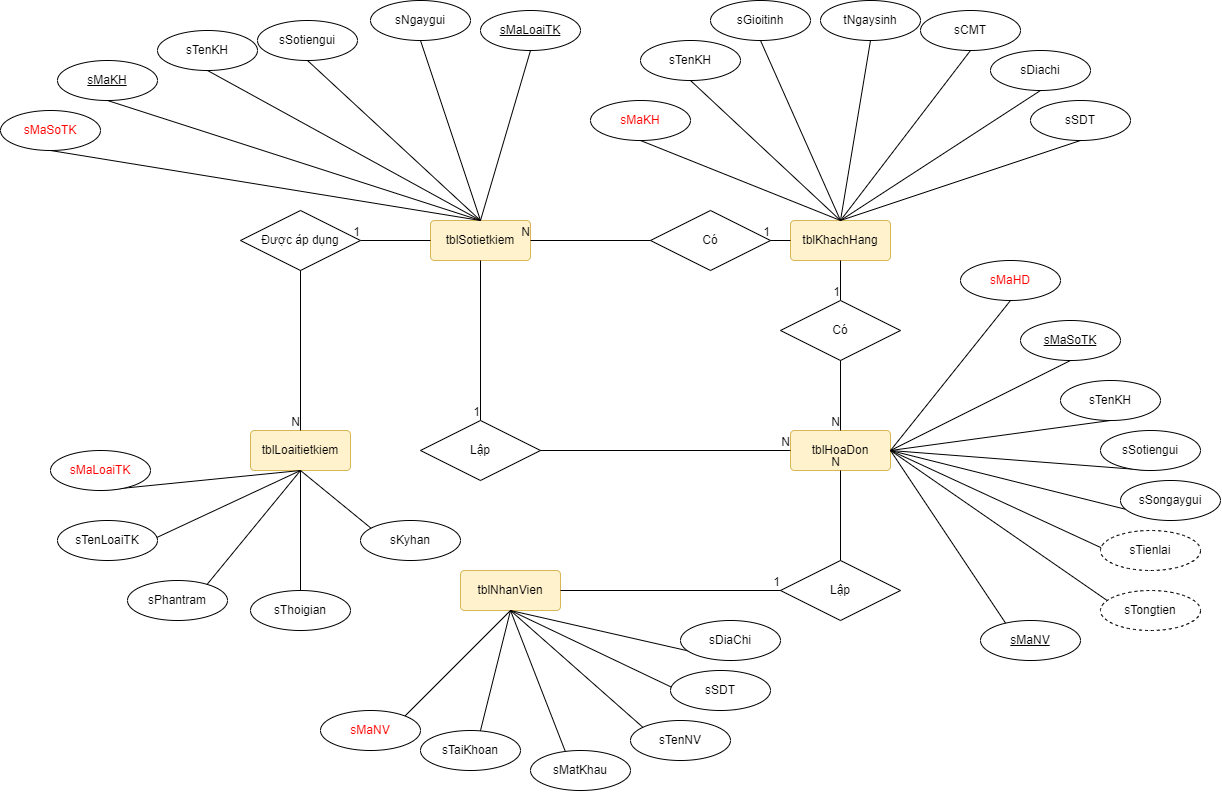
Earlier version of the draw.io export Mô hình ER.png (AnhITGithub/QLtietkiem). Source tidied: cells renumbered, new cells last; positions are measured from the earlier drawing's top-left corner, leaving out a move shared by most shapes.
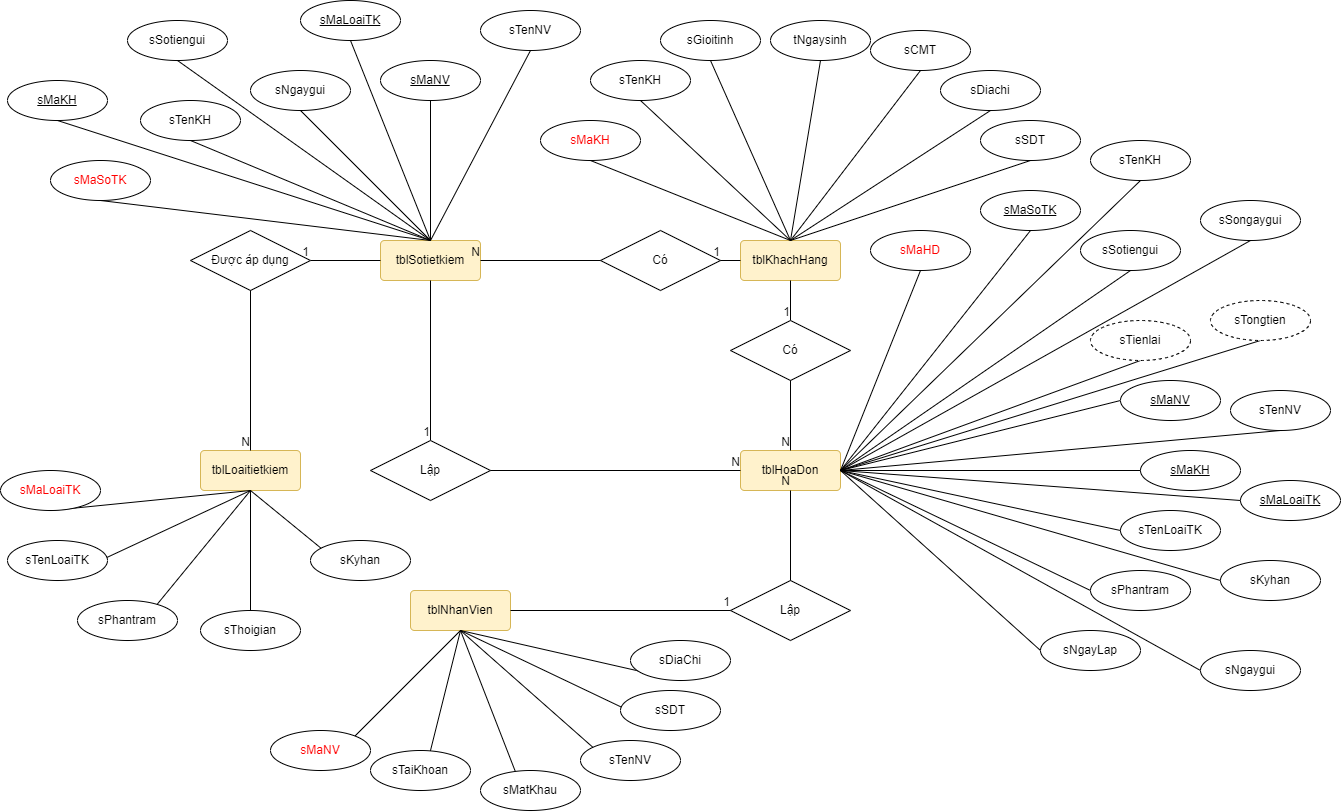
Later version of the same file.

The edit, as a diff of the source:
```diff
@@ -102,19 +102,19 @@
       <mxGeometry relative="1" as="geometry" />
     </mxCell>
     <mxCell id="35" value="sTenKH" style="ellipse;whiteSpace=wrap;html=1;align=center;" parent="1" vertex="1">
-      <mxGeometry x="157" y="30" width="100" height="40" as="geometry" />
+      <mxGeometry x="190" y="80" width="100" height="40" as="geometry" />
     </mxCell>
     <mxCell id="36" style="endArrow=none;html=1;rounded=0;exitX=0.5;exitY=1;exitDx=0;exitDy=0;entryX=0.5;entryY=0;entryDx=0;entryDy=0;" parent="1" edge="1" source="37" target="4">
       <mxGeometry relative="1" as="geometry" />
     </mxCell>
     <mxCell id="37" value="&lt;span&gt;sMaSoTK&lt;/span&gt;" style="ellipse;whiteSpace=wrap;html=1;align=center;fontStyle=0;fontColor=#FF0000;" parent="1" vertex="1">
-      <mxGeometry y="110" width="100" height="40" as="geometry" />
+      <mxGeometry x="100" y="140" width="100" height="40" as="geometry" />
     </mxCell>
     <mxCell id="38" style="endArrow=none;html=1;rounded=0;exitX=0.5;exitY=1;exitDx=0;exitDy=0;entryX=0.5;entryY=0;entryDx=0;entryDy=0;" parent="1" edge="1" source="39" target="4">
       <mxGeometry relative="1" as="geometry" />
     </mxCell>
     <mxCell id="39" value="sSotiengui" style="ellipse;whiteSpace=wrap;html=1;align=center;" parent="1" vertex="1">
-      <mxGeometry x="257" y="20" width="100" height="40" as="geometry" />
+      <mxGeometry x="177" width="100" height="40" as="geometry" />
     </mxCell>
     <mxCell id="40" style="endArrow=none;html=1;rounded=0;exitX=0.5;exitY=1;exitDx=0;exitDy=0;entryX=0.5;entryY=0;entryDx=0;entryDy=0;" parent="1" edge="1" source="41" target="3">
       <mxGeometry relative="1" as="geometry" />
@@ -192,37 +192,37 @@
       <mxGeometry relative="1" as="geometry" />
     </mxCell>
     <mxCell id="65" value="sTenKH" style="ellipse;whiteSpace=wrap;html=1;align=center;" parent="1" vertex="1">
-      <mxGeometry x="1060" y="380" width="100" height="40" as="geometry" />
+      <mxGeometry x="1140" y="120" width="100" height="40" as="geometry" />
     </mxCell>
     <mxCell id="66" style="endArrow=none;html=1;rounded=0;exitX=0.5;exitY=1;exitDx=0;exitDy=0;entryX=1;entryY=0.5;entryDx=0;entryDy=0;" parent="1" edge="1" source="67" target="5">
       <mxGeometry relative="1" as="geometry" />
     </mxCell>
     <mxCell id="67" value="sMaSoTK" style="ellipse;whiteSpace=wrap;html=1;align=center;fontStyle=4;" parent="1" vertex="1">
-      <mxGeometry x="1020" y="320" width="100" height="40" as="geometry" />
+      <mxGeometry x="1030" y="170" width="100" height="40" as="geometry" />
     </mxCell>
     <mxCell id="68" style="endArrow=none;html=1;rounded=0;exitX=0.5;exitY=1;exitDx=0;exitDy=0;entryX=1;entryY=0.5;entryDx=0;entryDy=0;" parent="1" edge="1" source="69" target="5">
       <mxGeometry relative="1" as="geometry" />
     </mxCell>
     <mxCell id="69" value="sSotiengui" style="ellipse;whiteSpace=wrap;html=1;align=center;" parent="1" vertex="1">
-      <mxGeometry x="1100" y="430" width="100" height="40" as="geometry" />
+      <mxGeometry x="1130" y="210" width="100" height="40" as="geometry" />
     </mxCell>
     <mxCell id="70" style="endArrow=none;html=1;rounded=0;exitX=0.5;exitY=1;exitDx=0;exitDy=0;entryX=1;entryY=0.5;entryDx=0;entryDy=0;" parent="1" edge="1" source="71" target="5">
       <mxGeometry relative="1" as="geometry" />
     </mxCell>
     <mxCell id="71" value="sMaHD" style="ellipse;whiteSpace=wrap;html=1;align=center;fontColor=#FF0000;" parent="1" vertex="1">
-      <mxGeometry x="960" y="260" width="100" height="40" as="geometry" />
+      <mxGeometry x="920" y="210" width="100" height="40" as="geometry" />
     </mxCell>
     <mxCell id="72" style="endArrow=none;html=1;rounded=0;exitX=0.5;exitY=1;exitDx=0;exitDy=0;entryX=0.5;entryY=0;entryDx=0;entryDy=0;" parent="1" edge="1" source="73" target="4">
       <mxGeometry relative="1" as="geometry" />
     </mxCell>
     <mxCell id="73" value="sNgaygui" style="ellipse;whiteSpace=wrap;html=1;align=center;" parent="1" vertex="1">
-      <mxGeometry x="370" width="100" height="40" as="geometry" />
+      <mxGeometry x="300" y="50" width="100" height="40" as="geometry" />
     </mxCell>
     <mxCell id="74" style="endArrow=none;html=1;rounded=0;exitX=0.5;exitY=1;exitDx=0;exitDy=0;entryX=0.5;entryY=0;entryDx=0;entryDy=0;" parent="1" edge="1" source="75" target="4">
       <mxGeometry relative="1" as="geometry" />
     </mxCell>
     <mxCell id="75" value="sMaLoaiTK" style="ellipse;whiteSpace=wrap;html=1;align=center;fontStyle=4;" parent="1" vertex="1">
-      <mxGeometry x="480" y="10" width="100" height="40" as="geometry" />
+      <mxGeometry x="350" y="-20" width="100" height="40" as="geometry" />
     </mxCell>
     <mxCell id="76" style="endArrow=none;html=1;rounded=0;exitX=0.5;exitY=1;exitDx=0;exitDy=0;entryX=0.5;entryY=0;entryDx=0;entryDy=0;" parent="1" edge="1" source="77" target="3">
       <mxGeometry relative="1" as="geometry" />
@@ -246,25 +246,25 @@
       <mxGeometry relative="1" as="geometry" />
     </mxCell>
     <mxCell id="83" value="sSongaygui" style="ellipse;whiteSpace=wrap;html=1;align=center;" parent="1" vertex="1">
-      <mxGeometry x="1120" y="480" width="100" height="40" as="geometry" />
+      <mxGeometry x="1250" y="180" width="100" height="40" as="geometry" />
     </mxCell>
     <mxCell id="84" style="endArrow=none;html=1;rounded=0;exitX=0.5;exitY=1;exitDx=0;exitDy=0;entryX=1;entryY=0.5;entryDx=0;entryDy=0;" parent="1" edge="1" source="85" target="5">
       <mxGeometry relative="1" as="geometry" />
     </mxCell>
     <mxCell id="85" value="sTienlai" style="ellipse;whiteSpace=wrap;html=1;align=center;dashed=1;" parent="1" vertex="1">
-      <mxGeometry x="1100" y="530" width="100" height="40" as="geometry" />
+      <mxGeometry x="1140" y="300" width="100" height="40" as="geometry" />
     </mxCell>
     <mxCell id="86" style="endArrow=none;html=1;rounded=0;exitX=0.5;exitY=1;exitDx=0;exitDy=0;entryX=1;entryY=0.5;entryDx=0;entryDy=0;" parent="1" edge="1" source="89" target="5">
       <mxGeometry relative="1" as="geometry" />
     </mxCell>
-    <mxCell id="87" style="endArrow=none;html=1;rounded=0;exitX=0.5;exitY=1;exitDx=0;exitDy=0;entryX=1;entryY=0.5;entryDx=0;entryDy=0;" parent="1" edge="1" source="88" target="5">
+    <mxCell id="87" style="endArrow=none;html=1;rounded=0;exitX=0;exitY=0.5;exitDx=0;exitDy=0;entryX=1;entryY=0.5;entryDx=0;entryDy=0;" parent="1" edge="1" source="88" target="5">
       <mxGeometry relative="1" as="geometry" />
     </mxCell>
     <mxCell id="88" value="sMaNV" style="ellipse;whiteSpace=wrap;html=1;align=center;fontStyle=4;" parent="1" vertex="1">
-      <mxGeometry x="980" y="620" width="100" height="40" as="geometry" />
+      <mxGeometry x="1170" y="360" width="100" height="40" as="geometry" />
     </mxCell>
     <mxCell id="89" value="sTongtien" style="ellipse;whiteSpace=wrap;html=1;align=center;fontFamily=Helvetica;fontSize=12;fontColor=default;strokeColor=default;fillColor=default;dashed=1;" parent="1" vertex="1">
-      <mxGeometry x="1100" y="590" width="100" height="40" as="geometry" />
+      <mxGeometry x="1260" y="280" width="100" height="40" as="geometry" />
     </mxCell>
     <mxCell id="90" style="endArrow=none;html=1;rounded=0;exitX=0.5;exitY=1;exitDx=0;exitDy=0;entryX=0.5;entryY=1;entryDx=0;entryDy=0;" parent="1" edge="1" source="91" target="2">
       <mxGeometry relative="1" as="geometry" />
@@ -284,5 +284,65 @@
     <mxCell id="95" value="sKyhan" style="ellipse;whiteSpace=wrap;html=1;align=center;" parent="1" vertex="1">
       <mxGeometry x="360" y="520" width="100" height="40" as="geometry" />
     </mxCell>
+    <mxCell id="96" style="endArrow=none;html=1;rounded=0;exitX=0.5;exitY=1;exitDx=0;exitDy=0;entryX=1;entryY=0.5;entryDx=0;entryDy=0;" parent="1" edge="1" source="97" target="5">
+      <mxGeometry relative="1" as="geometry" />
+    </mxCell>
+    <mxCell id="97" value="sTenNV" style="ellipse;whiteSpace=wrap;html=1;align=center;fontStyle=0;" parent="1" vertex="1">
+      <mxGeometry x="1280" y="370" width="100" height="40" as="geometry" />
+    </mxCell>
+    <mxCell id="98" value="sMaKH" style="ellipse;whiteSpace=wrap;html=1;align=center;fontStyle=4;" parent="1" vertex="1">
+      <mxGeometry x="1190" y="430" width="100" height="40" as="geometry" />
+    </mxCell>
+    <mxCell id="99" style="endArrow=none;html=1;rounded=0;exitX=0;exitY=0.5;exitDx=0;exitDy=0;entryX=1;entryY=0.5;entryDx=0;entryDy=0;" parent="1" edge="1" source="98" target="5">
+      <mxGeometry relative="1" as="geometry" />
+    </mxCell>
+    <mxCell id="100" value="sMaLoaiTK" style="ellipse;whiteSpace=wrap;html=1;align=center;fontStyle=4;" parent="1" vertex="1">
+      <mxGeometry x="1290" y="460" width="100" height="40" as="geometry" />
+    </mxCell>
+    <mxCell id="101" style="endArrow=none;html=1;rounded=0;exitX=0;exitY=0.5;exitDx=0;exitDy=0;entryX=1;entryY=0.5;entryDx=0;entryDy=0;" parent="1" edge="1" source="100" target="5">
+      <mxGeometry relative="1" as="geometry" />
+    </mxCell>
+    <mxCell id="102" value="sTenLoaiTK" style="ellipse;whiteSpace=wrap;html=1;align=center;fontStyle=0;" parent="1" vertex="1">
+      <mxGeometry x="1170" y="490" width="100" height="40" as="geometry" />
+    </mxCell>
+    <mxCell id="103" style="endArrow=none;html=1;rounded=0;exitX=0;exitY=0.5;exitDx=0;exitDy=0;entryX=1;entryY=0.5;entryDx=0;entryDy=0;" parent="1" edge="1" source="102" target="5">
+      <mxGeometry relative="1" as="geometry" />
+    </mxCell>
+    <mxCell id="104" value="sKyhan" style="ellipse;whiteSpace=wrap;html=1;align=center;fontStyle=0;" parent="1" vertex="1">
+      <mxGeometry x="1270" y="540" width="100" height="40" as="geometry" />
+    </mxCell>
+    <mxCell id="105" style="endArrow=none;html=1;rounded=0;exitX=0;exitY=0.5;exitDx=0;exitDy=0;entryX=1;entryY=0.5;entryDx=0;entryDy=0;" parent="1" edge="1" source="104" target="5">
+      <mxGeometry relative="1" as="geometry" />
+    </mxCell>
+    <mxCell id="106" style="endArrow=none;html=1;rounded=0;exitX=0;exitY=0.5;exitDx=0;exitDy=0;entryX=1;entryY=0.5;entryDx=0;entryDy=0;" parent="1" edge="1" source="107" target="5">
+      <mxGeometry relative="1" as="geometry" />
+    </mxCell>
+    <mxCell id="107" value="sPhantram" style="ellipse;whiteSpace=wrap;html=1;align=center;fontStyle=0;" parent="1" vertex="1">
+      <mxGeometry x="1140" y="550" width="100" height="40" as="geometry" />
+    </mxCell>
+    <mxCell id="108" style="endArrow=none;html=1;rounded=0;exitX=0;exitY=0.5;exitDx=0;exitDy=0;entryX=1;entryY=0.5;entryDx=0;entryDy=0;" parent="1" edge="1" source="109" target="5">
+      <mxGeometry relative="1" as="geometry" />
+    </mxCell>
+    <mxCell id="109" value="sNgaygui" style="ellipse;whiteSpace=wrap;html=1;align=center;fontStyle=0;" parent="1" vertex="1">
+      <mxGeometry x="1250" y="630" width="100" height="40" as="geometry" />
+    </mxCell>
+    <mxCell id="110" style="endArrow=none;html=1;rounded=0;exitX=0;exitY=0.5;exitDx=0;exitDy=0;entryX=1;entryY=0.5;entryDx=0;entryDy=0;" parent="1" edge="1" source="111" target="5">
+      <mxGeometry relative="1" as="geometry" />
+    </mxCell>
+    <mxCell id="111" value="sNgayLap" style="ellipse;whiteSpace=wrap;html=1;align=center;fontStyle=0;" parent="1" vertex="1">
+      <mxGeometry x="1090" y="610" width="100" height="40" as="geometry" />
+    </mxCell>
+    <mxCell id="112" value="sMaNV" style="ellipse;whiteSpace=wrap;html=1;align=center;fontStyle=4;" parent="1" vertex="1">
+      <mxGeometry x="430" y="40" width="100" height="40" as="geometry" />
+    </mxCell>
+    <mxCell id="113" style="endArrow=none;html=1;rounded=0;exitX=0.5;exitY=1;exitDx=0;exitDy=0;entryX=0.5;entryY=0;entryDx=0;entryDy=0;" parent="1" edge="1" source="112" target="4">
+      <mxGeometry relative="1" as="geometry" />
+    </mxCell>
+    <mxCell id="114" value="sTenNV" style="ellipse;whiteSpace=wrap;html=1;align=center;fontStyle=0;" parent="1" vertex="1">
+      <mxGeometry x="530" y="-10" width="100" height="40" as="geometry" />
+    </mxCell>
+    <mxCell id="115" style="endArrow=none;html=1;rounded=0;exitX=0.5;exitY=1;exitDx=0;exitDy=0;entryX=0.5;entryY=0;entryDx=0;entryDy=0;" parent="1" edge="1" source="114" target="4">
+      <mxGeometry relative="1" as="geometry" />
+    </mxCell>
   </root>
 </mxGraphModel>
```
